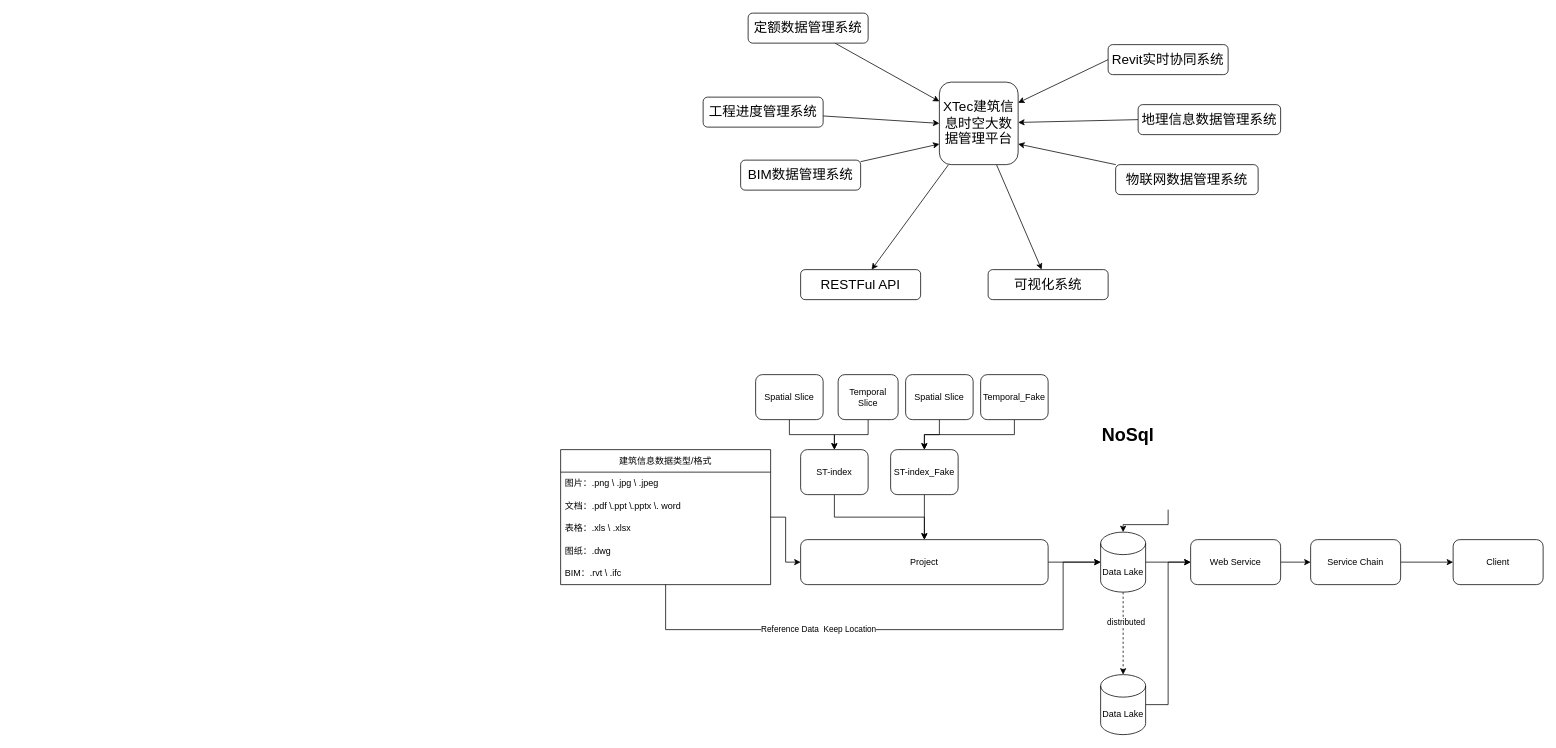
This is 建筑信息时空大数据平台架构图.drawio from gaochaowyq/MinderGraph, a draw.io file, before an edit. Source tidied: cells renumbered, new cells numbered last; positions are measured from the earlier drawing's top-left corner, leaving out a move shared by most shapes. Both pictures are drawn from the tidied source at 75%, with x=0, y=0 at pixel (560, 13).
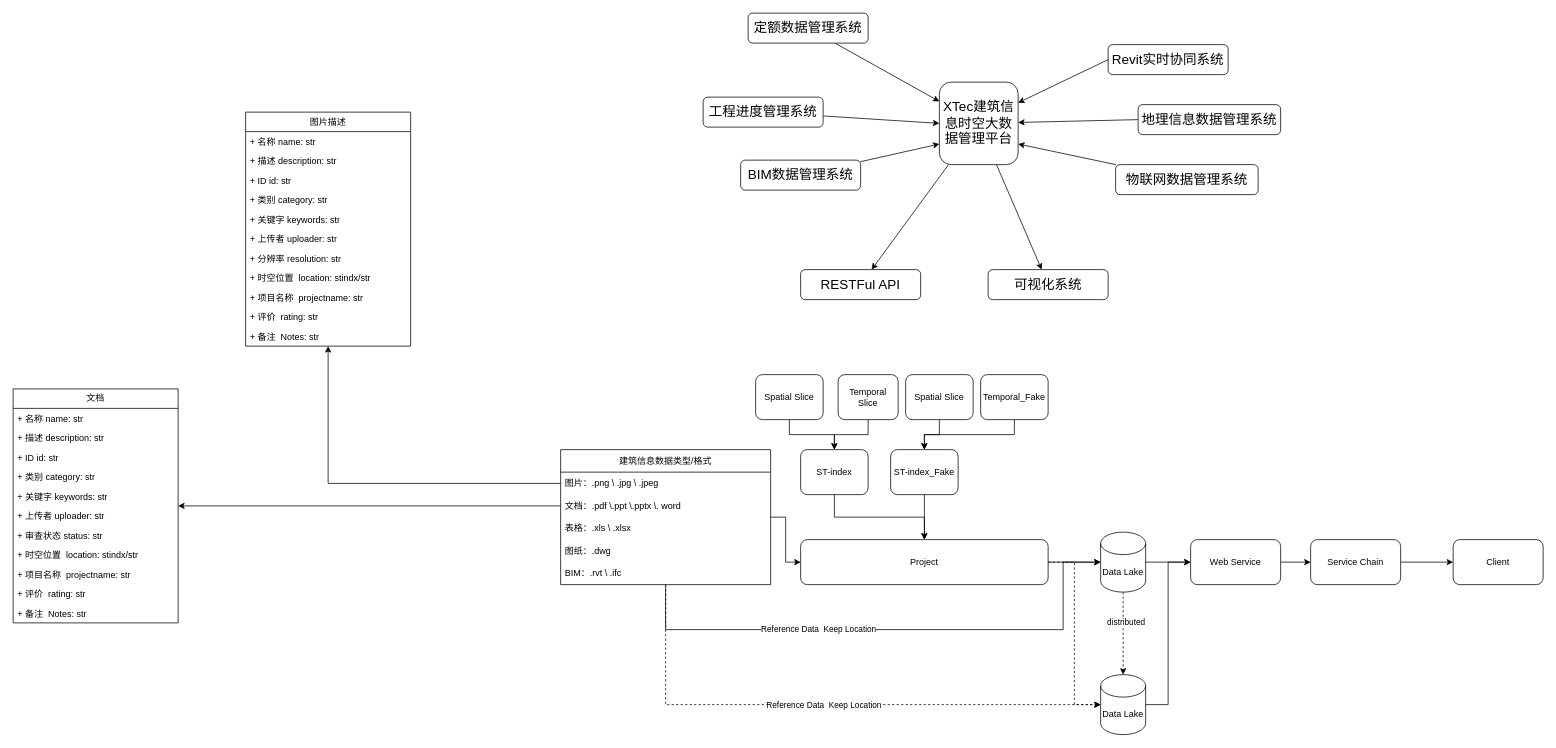
The same page after the edit.

Commit message:
更新建筑信息时空大数据平台架构图.drawio

Unchanged cells that the change refers to:
```xml
<mxCell id="22" value="建筑信息数据类型/格式" style="swimlane;fontStyle=0;horizontal=1;startSize=30;whiteSpace=wrap;html=1;" parent="1" vertex="1">
  <mxGeometry y="582" width="280" height="180" as="geometry" />
</mxCell>
<mxCell id="23" value="图片：.png \ .jpg \ .jpeg" style="text;strokeColor=none;fillColor=none;align=left;verticalAlign=middle;spacingLeft=4;spacingRight=4;overflow=hidden;points=[[0,0.5],[1,0.5]];portConstraint=eastwest;whiteSpace=wrap;html=1;" parent="22" vertex="1">
  <mxGeometry y="30" width="280" height="30" as="geometry" />
</mxCell>
<mxCell id="24" value="&lt;div&gt;文档：.pdf \.ppt \.pptx \. word&lt;/div&gt;" style="text;strokeColor=none;fillColor=none;align=left;verticalAlign=middle;spacingLeft=4;spacingRight=4;overflow=hidden;points=[[0,0.5],[1,0.5]];portConstraint=eastwest;whiteSpace=wrap;html=1;" parent="22" vertex="1">
  <mxGeometry y="60" width="280" height="30" as="geometry" />
</mxCell>
<mxCell id="29" value="Project" style="rounded=1;whiteSpace=wrap;html=1;" parent="1" vertex="1">
  <mxGeometry x="320" y="702" width="330" height="60" as="geometry" />
</mxCell>
<mxCell id="45" value="Data Lake" style="shape=cylinder3;whiteSpace=wrap;html=1;boundedLbl=1;backgroundOutline=1;size=15;" parent="1" vertex="1">
  <mxGeometry x="720" y="692" width="60" height="80" as="geometry" />
</mxCell>
<mxCell id="54" value="Data Lake" style="shape=cylinder3;whiteSpace=wrap;html=1;boundedLbl=1;backgroundOutline=1;size=15;" parent="1" vertex="1">
  <mxGeometry x="720" y="882" width="60" height="80" as="geometry" />
</mxCell>
```

The edit, as a diff of the source:
```diff
@@
+    <mxCell id="55" style="edgeStyle=orthogonalEdgeStyle;rounded=0;jettySize=auto;html=1;entryX=0;entryY=0.5;entryDx=0;entryDy=0;entryPerimeter=0;dashed=1;" parent="1" edge="1" source="22" target="54">
+      <mxGeometry relative="1" as="geometry">
+        <Array as="points">
+          <mxPoint x="140" y="922" />
+        </Array>
+      </mxGeometry>
+    </mxCell>
@@
-    <mxCell id="51" style="edgeStyle=orthogonalEdgeStyle;rounded=0;jettySize=auto;html=1;" parent="1" edge="1" source="52" target="45">
-      <mxGeometry relative="1" as="geometry" />
-    </mxCell>
-    <mxCell id="52" value="&lt;h1 style=&quot;margin-top: 0px;&quot;&gt;NoSql&lt;/h1&gt;&lt;p&gt;&lt;br&gt;&lt;/p&gt;" style="text;html=1;whiteSpace=wrap;overflow=hidden;rounded=0;" parent="1" vertex="1">
-      <mxGeometry x="720" y="542" width="180" height="120" as="geometry" />
-    </mxCell>
@@
+    <mxCell id="56" style="edgeStyle=orthogonalEdgeStyle;rounded=0;jettySize=auto;html=1;entryX=0;entryY=0.5;entryDx=0;entryDy=0;entryPerimeter=0;dashed=1;" parent="1" edge="1" source="29" target="54">
+      <mxGeometry relative="1" as="geometry" />
+    </mxCell>
+    <mxCell id="57" value="&lt;div&gt;Reference Data&amp;nbsp; Keep Location&lt;/div&gt;" style="edgeLabel;html=1;align=center;verticalAlign=middle;" parent="1" vertex="1">
+      <mxGeometry x="350" y="922" as="geometry" />
+    </mxCell>
+    <mxCell id="58" value="图片描述" style="swimlane;fontStyle=0;horizontal=1;startSize=26;fillColor=none;whiteSpace=wrap;html=1;" parent="1" vertex="1">
+      <mxGeometry x="-420" y="132" width="220" height="312" as="geometry" />
+    </mxCell>
+    <mxCell id="59" value="+ 名称 name: str" style="text;strokeColor=none;fillColor=none;align=left;verticalAlign=top;spacingLeft=4;spacingRight=4;overflow=hidden;whiteSpace=wrap;html=1;" parent="58" vertex="1">
+      <mxGeometry y="26" width="220" height="26" as="geometry" />
+    </mxCell>
+    <mxCell id="60" value="&lt;div&gt;+ 描述 description: str&lt;/div&gt;&lt;div&gt;&lt;br&gt;&lt;/div&gt;" style="text;strokeColor=none;fillColor=none;align=left;verticalAlign=top;spacingLeft=4;spacingRight=4;overflow=hidden;whiteSpace=wrap;html=1;" parent="58" vertex="1">
+      <mxGeometry y="52" width="220" height="26" as="geometry" />
+    </mxCell>
+    <mxCell id="61" value="+ ID id: str" style="text;strokeColor=none;fillColor=none;align=left;verticalAlign=top;spacingLeft=4;spacingRight=4;overflow=hidden;whiteSpace=wrap;html=1;" parent="58" vertex="1">
+      <mxGeometry y="78" width="220" height="26" as="geometry" />
+    </mxCell>
+    <mxCell id="62" value="+ 类别 category: str" style="text;strokeColor=none;fillColor=none;align=left;verticalAlign=top;spacingLeft=4;spacingRight=4;overflow=hidden;whiteSpace=wrap;html=1;" parent="58" vertex="1">
+      <mxGeometry y="104" width="220" height="26" as="geometry" />
+    </mxCell>
+    <mxCell id="63" value="+ 关键字 keywords: str" style="text;strokeColor=none;fillColor=none;align=left;verticalAlign=top;spacingLeft=4;spacingRight=4;overflow=hidden;whiteSpace=wrap;html=1;" parent="58" vertex="1">
+      <mxGeometry y="130" width="220" height="26" as="geometry" />
+    </mxCell>
+    <mxCell id="64" value="+ 上传者 uploader: str" style="text;strokeColor=none;fillColor=none;align=left;verticalAlign=top;spacingLeft=4;spacingRight=4;overflow=hidden;whiteSpace=wrap;html=1;" parent="58" vertex="1">
+      <mxGeometry y="156" width="220" height="26" as="geometry" />
+    </mxCell>
+    <mxCell id="65" value="+ 分辨率 resolution: str" style="text;strokeColor=none;fillColor=none;align=left;verticalAlign=top;spacingLeft=4;spacingRight=4;overflow=hidden;whiteSpace=wrap;html=1;" parent="58" vertex="1">
+      <mxGeometry y="182" width="220" height="26" as="geometry" />
+    </mxCell>
+    <mxCell id="66" value="+ 时空位置&amp;nbsp; location: stindx/str" style="text;strokeColor=none;fillColor=none;align=left;verticalAlign=top;spacingLeft=4;spacingRight=4;overflow=hidden;whiteSpace=wrap;html=1;" parent="58" vertex="1">
+      <mxGeometry y="208" width="220" height="26" as="geometry" />
+    </mxCell>
+    <mxCell id="67" value="+ 项目名称&amp;nbsp; projectname: str" style="text;strokeColor=none;fillColor=none;align=left;verticalAlign=top;spacingLeft=4;spacingRight=4;overflow=hidden;whiteSpace=wrap;html=1;" parent="58" vertex="1">
+      <mxGeometry y="234" width="220" height="26" as="geometry" />
+    </mxCell>
+    <mxCell id="68" value="+ 评价&amp;nbsp; rating: str" style="text;strokeColor=none;fillColor=none;align=left;verticalAlign=top;spacingLeft=4;spacingRight=4;overflow=hidden;whiteSpace=wrap;html=1;" parent="58" vertex="1">
+      <mxGeometry y="260" width="220" height="26" as="geometry" />
+    </mxCell>
+    <mxCell id="69" value="+ 备注&amp;nbsp; Notes: str" style="text;strokeColor=none;fillColor=none;align=left;verticalAlign=top;spacingLeft=4;spacingRight=4;overflow=hidden;whiteSpace=wrap;html=1;" parent="58" vertex="1">
+      <mxGeometry y="286" width="220" height="26" as="geometry" />
+    </mxCell>
+    <mxCell id="70" style="edgeStyle=orthogonalEdgeStyle;rounded=0;jettySize=auto;html=1;" parent="1" edge="1" source="23" target="58">
+      <mxGeometry relative="1" as="geometry" />
+    </mxCell>
+    <mxCell id="71" value="文档" style="swimlane;fontStyle=0;horizontal=1;startSize=26;fillColor=none;whiteSpace=wrap;html=1;" parent="1" vertex="1">
+      <mxGeometry x="-730" y="501" width="220" height="312" as="geometry" />
+    </mxCell>
+    <mxCell id="72" value="+ 名称 name: str" style="text;strokeColor=none;fillColor=none;align=left;verticalAlign=top;spacingLeft=4;spacingRight=4;overflow=hidden;whiteSpace=wrap;html=1;" parent="71" vertex="1">
+      <mxGeometry y="26" width="220" height="26" as="geometry" />
+    </mxCell>
+    <mxCell id="73" value="&lt;div&gt;+ 描述 description: str&lt;/div&gt;&lt;div&gt;&lt;br&gt;&lt;/div&gt;" style="text;strokeColor=none;fillColor=none;align=left;verticalAlign=top;spacingLeft=4;spacingRight=4;overflow=hidden;whiteSpace=wrap;html=1;" parent="71" vertex="1">
+      <mxGeometry y="52" width="220" height="26" as="geometry" />
+    </mxCell>
+    <mxCell id="74" value="+ ID id: str" style="text;strokeColor=none;fillColor=none;align=left;verticalAlign=top;spacingLeft=4;spacingRight=4;overflow=hidden;whiteSpace=wrap;html=1;" parent="71" vertex="1">
+      <mxGeometry y="78" width="220" height="26" as="geometry" />
+    </mxCell>
+    <mxCell id="75" value="+ 类别 category: str" style="text;strokeColor=none;fillColor=none;align=left;verticalAlign=top;spacingLeft=4;spacingRight=4;overflow=hidden;whiteSpace=wrap;html=1;" parent="71" vertex="1">
+      <mxGeometry y="104" width="220" height="26" as="geometry" />
+    </mxCell>
+    <mxCell id="76" value="+ 关键字 keywords: str" style="text;strokeColor=none;fillColor=none;align=left;verticalAlign=top;spacingLeft=4;spacingRight=4;overflow=hidden;whiteSpace=wrap;html=1;" parent="71" vertex="1">
+      <mxGeometry y="130" width="220" height="26" as="geometry" />
+    </mxCell>
+    <mxCell id="77" value="+ 上传者 uploader: str" style="text;strokeColor=none;fillColor=none;align=left;verticalAlign=top;spacingLeft=4;spacingRight=4;overflow=hidden;whiteSpace=wrap;html=1;" parent="71" vertex="1">
+      <mxGeometry y="156" width="220" height="26" as="geometry" />
+    </mxCell>
+    <mxCell id="78" value="+ 审查状态 status: str" style="text;strokeColor=none;fillColor=none;align=left;verticalAlign=top;spacingLeft=4;spacingRight=4;overflow=hidden;whiteSpace=wrap;html=1;" parent="71" vertex="1">
+      <mxGeometry y="182" width="220" height="26" as="geometry" />
+    </mxCell>
+    <mxCell id="79" value="+ 时空位置&amp;nbsp; location: stindx/str" style="text;strokeColor=none;fillColor=none;align=left;verticalAlign=top;spacingLeft=4;spacingRight=4;overflow=hidden;whiteSpace=wrap;html=1;" parent="71" vertex="1">
+      <mxGeometry y="208" width="220" height="26" as="geometry" />
+    </mxCell>
+    <mxCell id="80" value="+ 项目名称&amp;nbsp; projectname: str" style="text;strokeColor=none;fillColor=none;align=left;verticalAlign=top;spacingLeft=4;spacingRight=4;overflow=hidden;whiteSpace=wrap;html=1;" parent="71" vertex="1">
+      <mxGeometry y="234" width="220" height="26" as="geometry" />
+    </mxCell>
+    <mxCell id="81" value="+ 评价&amp;nbsp; rating: str" style="text;strokeColor=none;fillColor=none;align=left;verticalAlign=top;spacingLeft=4;spacingRight=4;overflow=hidden;whiteSpace=wrap;html=1;" parent="71" vertex="1">
+      <mxGeometry y="260" width="220" height="26" as="geometry" />
+    </mxCell>
+    <mxCell id="82" value="+ 备注&amp;nbsp; Notes: str" style="text;strokeColor=none;fillColor=none;align=left;verticalAlign=top;spacingLeft=4;spacingRight=4;overflow=hidden;whiteSpace=wrap;html=1;" parent="71" vertex="1">
+      <mxGeometry y="286" width="220" height="26" as="geometry" />
+    </mxCell>
+    <mxCell id="83" style="edgeStyle=orthogonalEdgeStyle;rounded=0;jettySize=auto;html=1;" parent="1" edge="1" source="24" target="71">
+      <mxGeometry relative="1" as="geometry" />
+    </mxCell>
```
